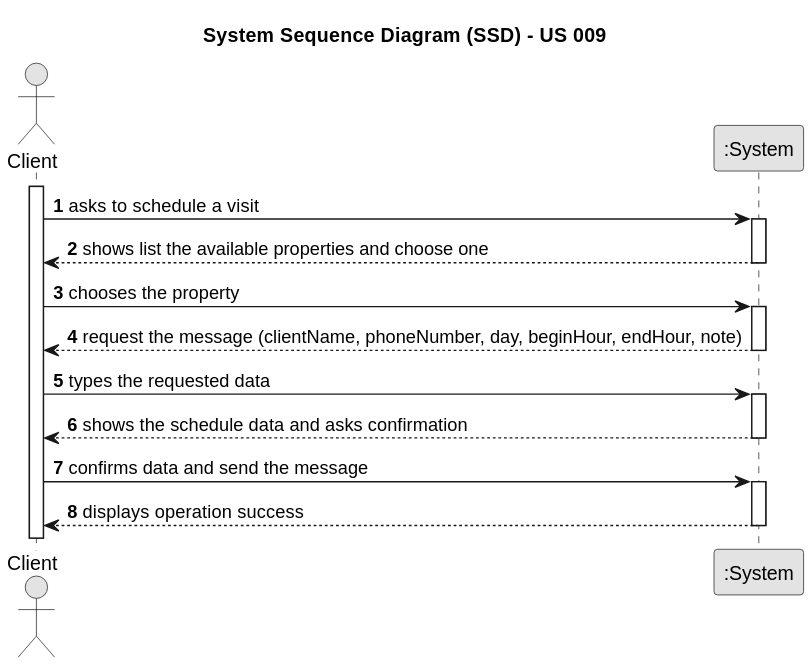
Above: docs/sprintD/US009/01.requirements-engineering/svg/SSD_009-System_Sequence_Diagram__SSD____US_009.svg in tiagohcorreia/LAPR2 (PlantUML), before the change.
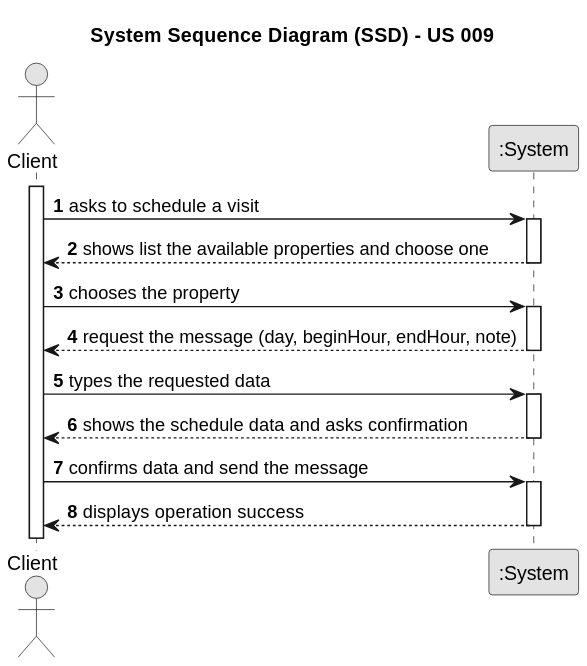
The same file after the commit.

Diff of the diagram source:
```diff
@@ -21,7 +21,7 @@
     client -> system : chooses the property
     activate system
 
-        system --> client :  request the message (clientName, phoneNumber, day, beginHour, endHour, note)
+        system --> client :  request the message (day, beginHour, endHour, note)
     deactivate system
 
     client -> system : types the requested data
```
